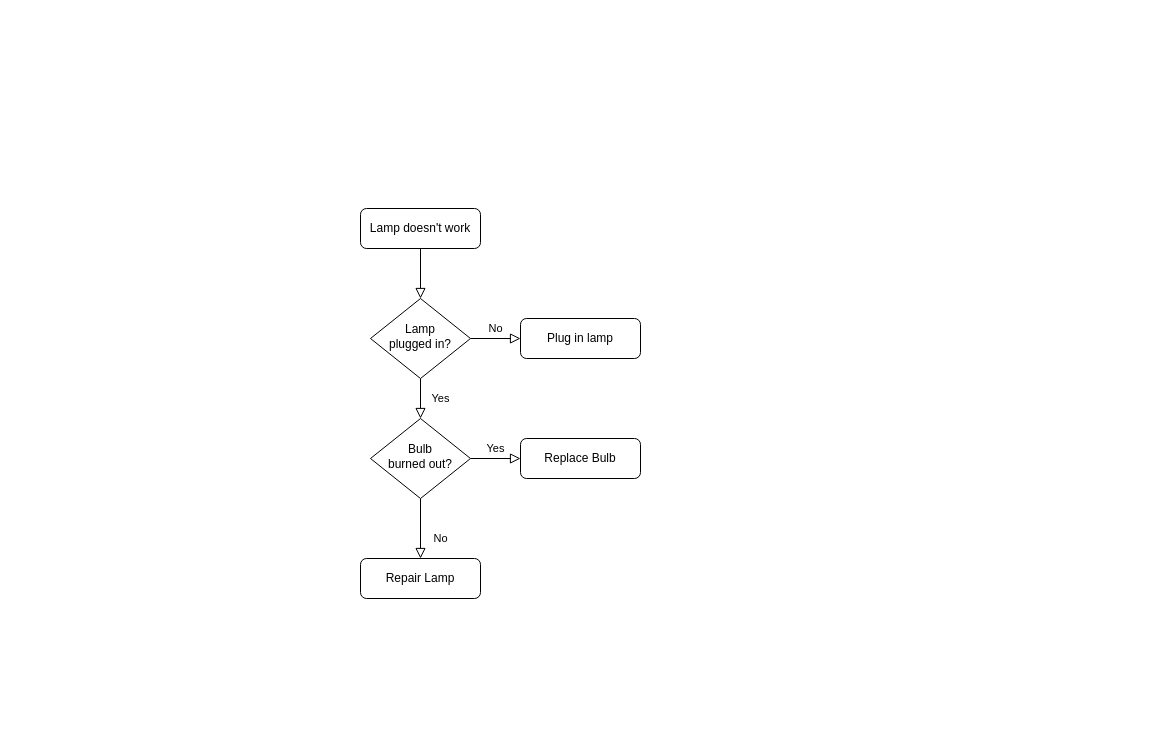
insendkost/drawio-desktop keeps this draw.io diagram as doc/login-logic.drawio. Above is the earlier version. Source tidied: cells renumbered, new cells numbered last; positions are measured from the earlier drawing's top-left corner, leaving out a move shared by most shapes. Both pictures are drawn from the tidied source at 100%, with x=0, y=0 at pixel (360, 208).
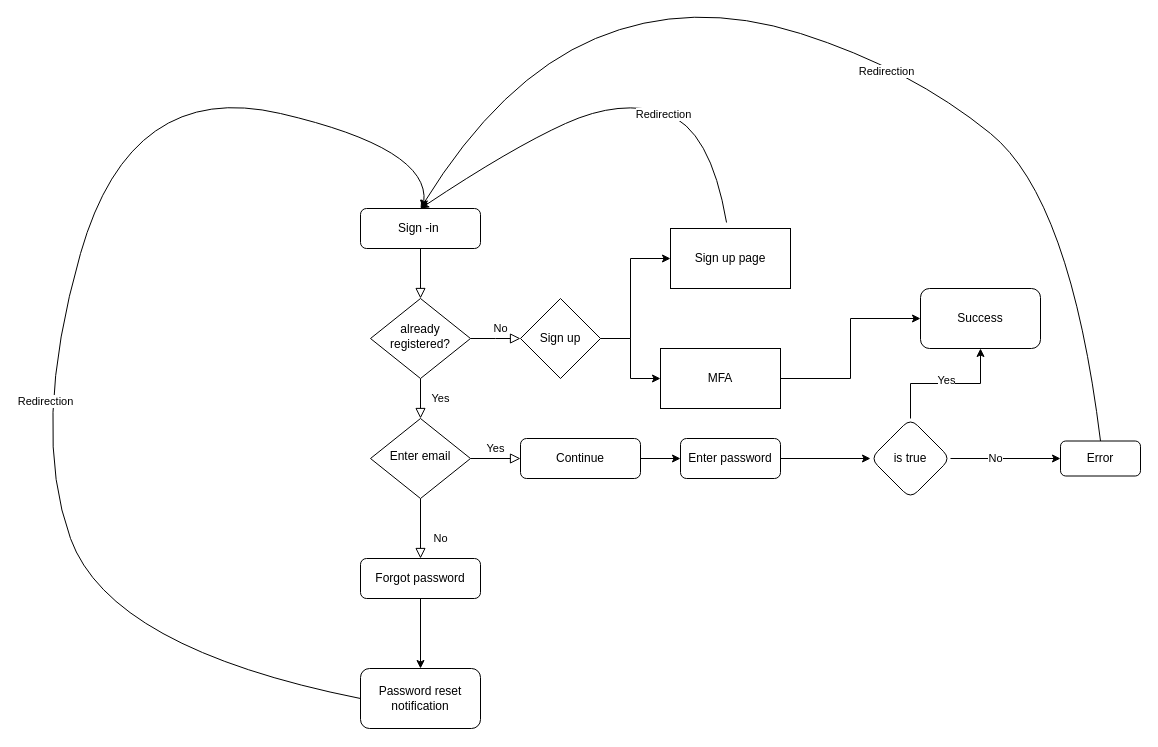
Above is the later version.

Diff of the diagram source:
```diff
@@
-    <mxCell id="3" value="Lamp doesn't work" style="rounded=1;whiteSpace=wrap;html=1;fontSize=12;glass=0;strokeWidth=1;shadow=0;" parent="1" vertex="1">
+    <mxCell id="3" value="Sign -in&amp;nbsp;" style="rounded=1;whiteSpace=wrap;html=1;fontSize=12;glass=0;strokeWidth=1;shadow=0;" parent="1" vertex="1">
       <mxGeometry width="120" height="40" as="geometry" />
     </mxCell>
@@
-    <mxCell id="5" value="No" style="edgeStyle=orthogonalEdgeStyle;rounded=0;html=1;jettySize=auto;fontSize=11;endArrow=block;endFill=0;endSize=8;strokeWidth=1;shadow=0;labelBackgroundColor=none;" parent="1" edge="1" source="6" target="7">
-      <mxGeometry y="10" relative="1" as="geometry" />
+    <mxCell id="5" value="No" style="edgeStyle=orthogonalEdgeStyle;rounded=0;html=1;jettySize=auto;fontSize=11;endArrow=block;endFill=0;endSize=8;strokeWidth=1;shadow=0;labelBackgroundColor=none;" parent="1" edge="1" source="6">
+      <mxGeometry x="0.22" y="10" relative="1" as="geometry">
+        <mxPoint x="160" y="130" as="targetPoint" />
+      </mxGeometry>
     </mxCell>
-    <mxCell id="6" value="Lamp&lt;br&gt;plugged in?" style="rhombus;whiteSpace=wrap;html=1;shadow=0;fontFamily=Helvetica;fontSize=12;align=center;strokeWidth=1;spacing=6;spacingTop=-4;" parent="1" vertex="1">
+    <mxCell id="6" value="already registered?" style="rhombus;whiteSpace=wrap;html=1;shadow=0;fontFamily=Helvetica;fontSize=12;align=center;strokeWidth=1;spacing=6;spacingTop=-4;" parent="1" vertex="1">
       <mxGeometry x="10" y="90" width="100" height="80" as="geometry" />
     </mxCell>
-    <mxCell id="7" value="Plug in lamp" style="rounded=1;whiteSpace=wrap;html=1;fontSize=12;glass=0;strokeWidth=1;shadow=0;" parent="1" vertex="1">
-      <mxGeometry x="160" y="110" width="120" height="40" as="geometry" />
-    </mxCell>
@@
-    <mxCell id="10" value="Bulb&lt;br&gt;burned out?" style="rhombus;whiteSpace=wrap;html=1;shadow=0;fontFamily=Helvetica;fontSize=12;align=center;strokeWidth=1;spacing=6;spacingTop=-4;" parent="1" vertex="1">
+    <mxCell id="10" value="Enter email" style="rhombus;whiteSpace=wrap;html=1;shadow=0;fontFamily=Helvetica;fontSize=12;align=center;strokeWidth=1;spacing=6;spacingTop=-4;" parent="1" vertex="1">
       <mxGeometry x="10" y="210" width="100" height="80" as="geometry" />
     </mxCell>
+    <mxCell id="13" style="edgeStyle=orthogonalEdgeStyle;rounded=0;jettySize=auto;html=1;" parent="1" edge="1" source="11" target="34">
+      <mxGeometry relative="1" as="geometry" />
+    </mxCell>
-    <mxCell id="11" value="Repair Lamp" style="rounded=1;whiteSpace=wrap;html=1;fontSize=12;glass=0;strokeWidth=1;shadow=0;" parent="1" vertex="1">
+    <mxCell id="11" value="Forgot password" style="rounded=1;whiteSpace=wrap;html=1;fontSize=12;glass=0;strokeWidth=1;shadow=0;" parent="1" vertex="1">
       <mxGeometry y="350" width="120" height="40" as="geometry" />
     </mxCell>
+    <mxCell id="14" style="edgeStyle=orthogonalEdgeStyle;rounded=0;jettySize=auto;html=1;" parent="1" edge="1" source="12" target="22">
+      <mxGeometry relative="1" as="geometry" />
+    </mxCell>
-    <mxCell id="12" value="Replace Bulb" style="rounded=1;whiteSpace=wrap;html=1;fontSize=12;glass=0;strokeWidth=1;shadow=0;" parent="1" vertex="1">
+    <mxCell id="12" value="Continue" style="rounded=1;whiteSpace=wrap;html=1;fontSize=12;glass=0;strokeWidth=1;shadow=0;" parent="1" vertex="1">
       <mxGeometry x="160" y="230" width="120" height="40" as="geometry" />
     </mxCell>
+    <mxCell id="15" style="edgeStyle=orthogonalEdgeStyle;rounded=0;jettySize=auto;html=1;" parent="1" edge="1" source="17" target="19">
+      <mxGeometry relative="1" as="geometry" />
+    </mxCell>
+    <mxCell id="16" style="edgeStyle=orthogonalEdgeStyle;rounded=0;jettySize=auto;html=1;exitX=1;exitY=0.5;exitDx=0;exitDy=0;" parent="1" edge="1" source="17" target="20">
+      <mxGeometry relative="1" as="geometry">
+        <Array as="points">
+          <mxPoint x="270" y="130" />
+          <mxPoint x="270" y="50" />
+        </Array>
+      </mxGeometry>
+    </mxCell>
+    <mxCell id="17" value="Sign up" style="rhombus;whiteSpace=wrap;html=1;" parent="1" vertex="1">
+      <mxGeometry x="160" y="90" width="80" height="80" as="geometry" />
+    </mxCell>
+    <mxCell id="18" style="edgeStyle=orthogonalEdgeStyle;rounded=0;jettySize=auto;html=1;exitX=1;exitY=0.5;exitDx=0;exitDy=0;" parent="1" edge="1" source="19" target="28">
+      <mxGeometry relative="1" as="geometry" />
+    </mxCell>
+    <mxCell id="19" value="MFA" style="whiteSpace=wrap;html=1;" parent="1" vertex="1">
+      <mxGeometry x="300" y="140" width="120" height="60" as="geometry" />
+    </mxCell>
+    <mxCell id="20" value="Sign up page" style="whiteSpace=wrap;html=1;" parent="1" vertex="1">
+      <mxGeometry x="310" y="20" width="120" height="60" as="geometry" />
+    </mxCell>
+    <mxCell id="21" style="edgeStyle=orthogonalEdgeStyle;rounded=0;jettySize=auto;html=1;" parent="1" edge="1" source="22" target="27">
+      <mxGeometry relative="1" as="geometry" />
+    </mxCell>
+    <mxCell id="22" value="Enter password" style="whiteSpace=wrap;html=1;rounded=1;glass=0;strokeWidth=1;shadow=0;" parent="1" vertex="1">
+      <mxGeometry x="320" y="230" width="100" height="40" as="geometry" />
+    </mxCell>
+    <mxCell id="23" style="edgeStyle=orthogonalEdgeStyle;rounded=0;jettySize=auto;html=1;" parent="1" edge="1" source="27" target="28">
+      <mxGeometry relative="1" as="geometry" />
+    </mxCell>
+    <mxCell id="24" value="Yes" style="edgeLabel;html=1;align=center;verticalAlign=middle;" parent="23" vertex="1">
+      <mxGeometry x="-0.09" y="4" relative="1" as="geometry">
+        <mxPoint x="6" as="offset" />
+      </mxGeometry>
+    </mxCell>
+    <mxCell id="25" style="edgeStyle=orthogonalEdgeStyle;rounded=0;jettySize=auto;html=1;" parent="1" edge="1" source="27" target="29">
+      <mxGeometry relative="1" as="geometry" />
+    </mxCell>
+    <mxCell id="26" value="No" style="edgeLabel;html=1;align=center;verticalAlign=middle;" parent="25" vertex="1">
+      <mxGeometry x="-0.2" y="1" relative="1" as="geometry" />
+    </mxCell>
+    <mxCell id="27" value="is true" style="rhombus;whiteSpace=wrap;html=1;rounded=1;glass=0;strokeWidth=1;shadow=0;" parent="1" vertex="1">
+      <mxGeometry x="510" y="210" width="80" height="80" as="geometry" />
+    </mxCell>
+    <mxCell id="28" value="Success" style="whiteSpace=wrap;html=1;rounded=1;glass=0;strokeWidth=1;shadow=0;" parent="1" vertex="1">
+      <mxGeometry x="560" y="80" width="120" height="60" as="geometry" />
+    </mxCell>
+    <mxCell id="29" value="Error" style="whiteSpace=wrap;html=1;rounded=1;glass=0;strokeWidth=1;shadow=0;" parent="1" vertex="1">
+      <mxGeometry x="700" y="232.5" width="80" height="35" as="geometry" />
+    </mxCell>
+    <mxCell id="30" style="curved=1;endArrow=classic;html=1;rounded=0;exitX=0.5;exitY=0;exitDx=0;exitDy=0;entryX=0.5;entryY=0;entryDx=0;entryDy=0;" parent="1" edge="1" source="29" target="3">
+      <mxGeometry relative="1" as="geometry">
+        <Array as="points">
+          <mxPoint x="710" y="-10" />
+          <mxPoint x="550" y="-140" />
+          <mxPoint x="330" y="-210" />
+          <mxPoint x="140" y="-130" />
+        </Array>
+      </mxGeometry>
+    </mxCell>
+    <mxCell id="31" value="Redirection" style="edgeLabel;html=1;align=center;verticalAlign=middle;" parent="30" vertex="1">
+      <mxGeometry x="-0.09" y="10" relative="1" as="geometry" />
+    </mxCell>
+    <mxCell id="32" style="curved=1;endArrow=classic;html=1;rounded=0;exitX=0.467;exitY=-0.1;exitDx=0;exitDy=0;exitPerimeter=0;entryX=0.5;entryY=0;entryDx=0;entryDy=0;" parent="1" edge="1" source="20" target="3">
+      <mxGeometry relative="1" as="geometry">
+        <Array as="points">
+          <mxPoint x="350" y="-80" />
+          <mxPoint x="260" y="-110" />
+          <mxPoint x="150" y="-60" />
+        </Array>
+      </mxGeometry>
+    </mxCell>
+    <mxCell id="33" value="Redirection" style="edgeLabel;html=1;align=center;verticalAlign=middle;" parent="32" vertex="1">
+      <mxGeometry x="-0.31" y="1" relative="1" as="geometry" />
+    </mxCell>
+    <mxCell id="34" value="Password reset notification" style="whiteSpace=wrap;html=1;rounded=1;glass=0;strokeWidth=1;shadow=0;" parent="1" vertex="1">
+      <mxGeometry y="460" width="120" height="60" as="geometry" />
+    </mxCell>
+    <mxCell id="35" style="curved=1;endArrow=classic;html=1;rounded=0;exitX=0;exitY=0.5;exitDx=0;exitDy=0;" parent="1" edge="1" source="34" target="3">
+      <mxGeometry relative="1" as="geometry">
+        <Array as="points">
+          <mxPoint x="-250" y="440" />
+          <mxPoint x="-330" y="220" />
+          <mxPoint x="-230" y="-130" />
+          <mxPoint x="70" y="-60" />
+        </Array>
+      </mxGeometry>
+    </mxCell>
+    <mxCell id="36" value="Redirection" style="edgeLabel;html=1;align=center;verticalAlign=middle;" parent="35" vertex="1">
+      <mxGeometry x="-0.15" y="-5" relative="1" as="geometry">
+        <mxPoint x="1" as="offset" />
+      </mxGeometry>
+    </mxCell>
```
